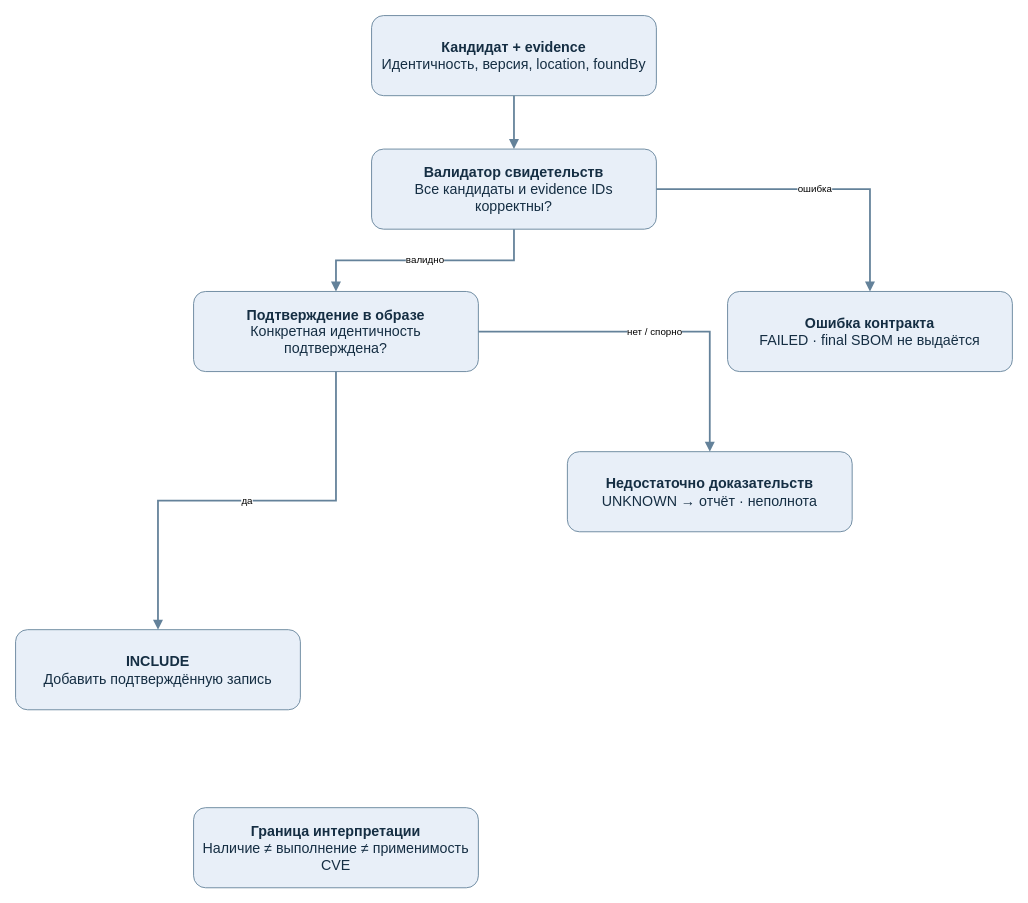
Earlier version of the draw.io diagram page "02 Решение по зависимости" (2 of 2) of docs/system-workflow.drawio (prince174/sbom_creator). Source tidied: cells renumbered, new cells numbered last; positions are measured from the earlier drawing's top-left corner, leaving out a move shared by most shapes. Both pictures are drawn from the tidied source at 89%, with x=0, y=0 at pixel (15, 15).
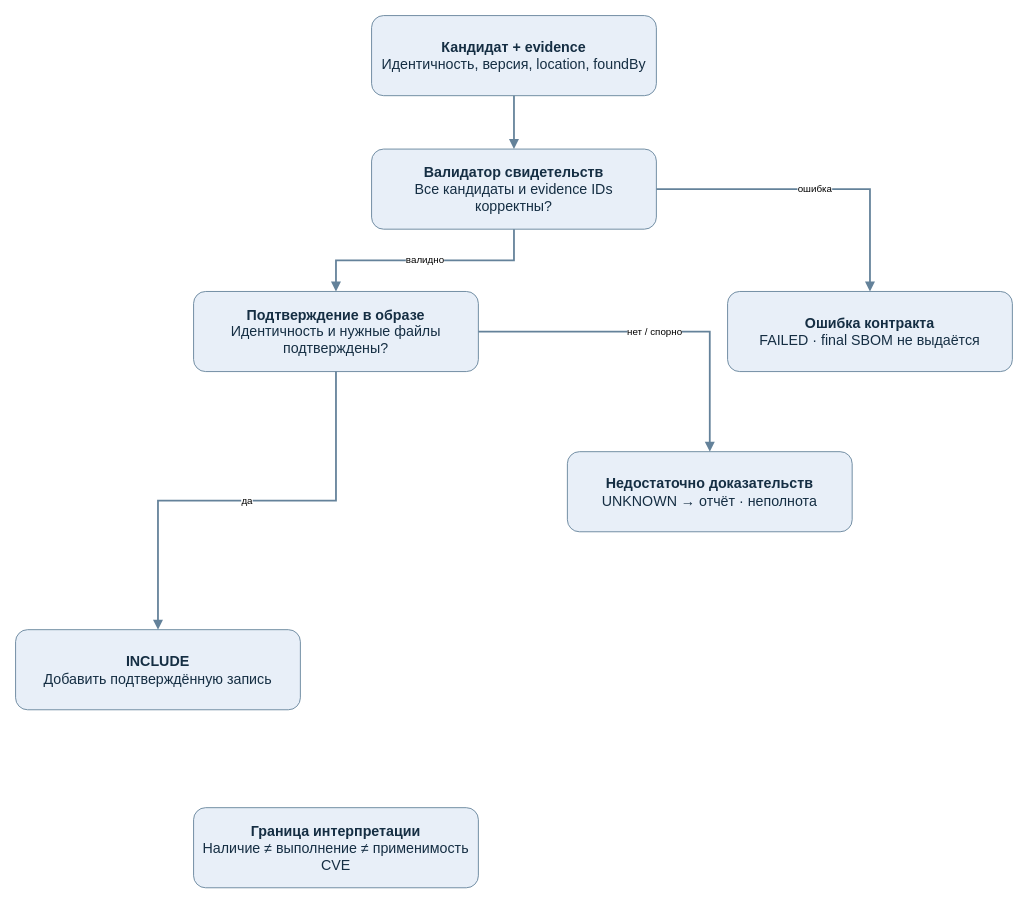
The same page after the edit.

Change to the diagram source:
```diff
@@
 <mxGraphModel>
   <root>
     <mxCell id="0" />
     <mxCell id="1" parent="0" />
     <mxCell id="2" value="&lt;b&gt;Кандидат + evidence&lt;/b&gt;&lt;br&gt;Идентичность, версия, location, foundBy" style="rounded=1;whiteSpace=wrap;html=1;fillColor=#e8eff8;strokeColor=#64829a;fontColor=#152e43;fontSize=16;spacing=10;" parent="1" vertex="1">
       <mxGeometry x="400" width="320" height="90" as="geometry" />
     </mxCell>
     <mxCell id="3" value="&lt;b&gt;Валидатор свидетельств&lt;/b&gt;&lt;br&gt;Все кандидаты и evidence IDs корректны?" style="rounded=1;whiteSpace=wrap;html=1;fillColor=#e8eff8;strokeColor=#64829a;fontColor=#152e43;fontSize=16;spacing=10;" parent="1" vertex="1">
       <mxGeometry x="400" y="150" width="320" height="90" as="geometry" />
     </mxCell>
     <mxCell id="4" value="&lt;b&gt;Ошибка контракта&lt;/b&gt;&lt;br&gt;FAILED · final SBOM не выдаётся" style="rounded=1;whiteSpace=wrap;html=1;fillColor=#e8eff8;strokeColor=#64829a;fontColor=#152e43;fontSize=16;spacing=10;" parent="1" vertex="1">
       <mxGeometry x="800" y="310" width="320" height="90" as="geometry" />
     </mxCell>
-    <mxCell id="5" value="&lt;b&gt;Подтверждение в образе&lt;/b&gt;&lt;br&gt;Конкретная идентичность подтверждена?" style="rounded=1;whiteSpace=wrap;html=1;fillColor=#e8eff8;strokeColor=#64829a;fontColor=#152e43;fontSize=16;spacing=10;" parent="1" vertex="1">
+    <mxCell id="5" value="&lt;b&gt;Подтверждение в образе&lt;/b&gt;&lt;br&gt;Идентичность и нужные файлы подтверждены?" style="rounded=1;whiteSpace=wrap;html=1;fillColor=#e8eff8;strokeColor=#64829a;fontColor=#152e43;fontSize=16;spacing=10;" parent="1" vertex="1">
       <mxGeometry x="200" y="310" width="320" height="90" as="geometry" />
     </mxCell>
     <mxCell id="6" value="&lt;b&gt;Недостаточно доказательств&lt;/b&gt;&lt;br&gt;UNKNOWN → отчёт · неполнота" style="rounded=1;whiteSpace=wrap;html=1;fillColor=#e8eff8;strokeColor=#64829a;fontColor=#152e43;fontSize=16;spacing=10;" parent="1" vertex="1">
       <mxGeometry x="620" y="490" width="320" height="90" as="geometry" />
     </mxCell>
     <mxCell id="7" value="&lt;b&gt;INCLUDE&lt;/b&gt;&lt;br&gt;Добавить подтверждённую запись" style="rounded=1;whiteSpace=wrap;html=1;fillColor=#e8eff8;strokeColor=#64829a;fontColor=#152e43;fontSize=16;spacing=10;" parent="1" vertex="1">
       <mxGeometry y="690" width="320" height="90" as="geometry" />
     </mxCell>
     <mxCell id="8" value="&lt;b&gt;Граница интерпретации&lt;/b&gt;&lt;br&gt;Наличие ≠ выполнение ≠ применимость CVE" style="rounded=1;whiteSpace=wrap;html=1;fillColor=#e8eff8;strokeColor=#64829a;fontColor=#152e43;fontSize=16;spacing=10;" parent="1" vertex="1">
       <mxGeometry x="200" y="890" width="320" height="90" as="geometry" />
     </mxCell>
     <mxCell id="9" style="edgeStyle=orthogonalEdgeStyle;rounded=0;html=1;endArrow=block;strokeColor=#64829a;strokeWidth=2;" parent="1" edge="1" source="2" target="3">
       <mxGeometry relative="1" as="geometry" />
     </mxCell>
     <mxCell id="10" value="ошибка" style="edgeStyle=orthogonalEdgeStyle;rounded=0;html=1;endArrow=block;strokeColor=#64829a;strokeWidth=2;" parent="1" edge="1" source="3" target="4">
       <mxGeometry relative="1" as="geometry" />
     </mxCell>
     <mxCell id="11" value="валидно" style="edgeStyle=orthogonalEdgeStyle;rounded=0;html=1;endArrow=block;strokeColor=#64829a;strokeWidth=2;" parent="1" edge="1" source="3" target="5">
       <mxGeometry relative="1" as="geometry" />
     </mxCell>
     <mxCell id="12" value="нет / спорно" style="edgeStyle=orthogonalEdgeStyle;rounded=0;html=1;endArrow=block;strokeColor=#64829a;strokeWidth=2;" parent="1" edge="1" source="5" target="6">
       <mxGeometry relative="1" as="geometry" />
     </mxCell>
     <mxCell id="13" value="да" style="edgeStyle=orthogonalEdgeStyle;rounded=0;html=1;endArrow=block;strokeColor=#64829a;strokeWidth=2;" parent="1" edge="1" source="5" target="7">
       <mxGeometry relative="1" as="geometry" />
     </mxCell>
   </root>
 </mxGraphModel>
```
